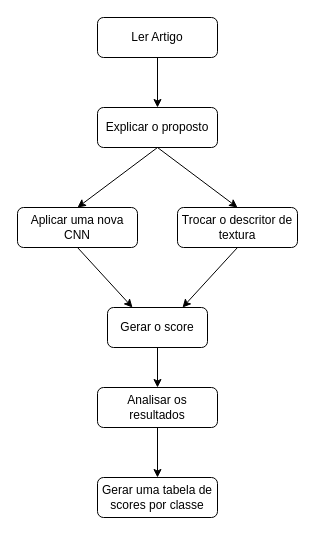
This is Metaproposta.drawio from joaoguicardosoo/joaoguicardosoo, a draw.io file, before an edit. Source tidied: cells renumbered, new cells numbered last; positions are measured from the earlier drawing's top-left corner, leaving out a move shared by most shapes. Both pictures are drawn from the tidied source at 100%, with x=0, y=0 at pixel (17, 17).
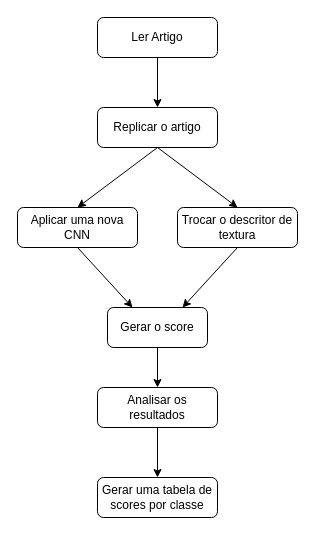
Above is the later version.

Diff of the diagram source:
```diff
@@
 <mxGraphModel>
   <root>
     <mxCell id="0" />
     <mxCell id="1" parent="0" />
     <mxCell id="2" value="Ler Artigo" style="rounded=1;whiteSpace=wrap;html=1;fontSize=12;glass=0;strokeWidth=1;shadow=0;" parent="1" vertex="1">
       <mxGeometry x="80" width="120" height="40" as="geometry" />
     </mxCell>
     <mxCell id="3" value="Aplicar uma nova CNN" style="rounded=1;whiteSpace=wrap;html=1;fontSize=12;glass=0;strokeWidth=1;shadow=0;" parent="1" vertex="1">
       <mxGeometry y="190" width="120" height="40" as="geometry" />
     </mxCell>
     <mxCell id="4" value="Trocar o descritor de textura" style="rounded=1;whiteSpace=wrap;html=1;fontSize=12;glass=0;strokeWidth=1;shadow=0;" parent="1" vertex="1">
       <mxGeometry x="160" y="190" width="120" height="40" as="geometry" />
     </mxCell>
     <mxCell id="5" value="Gerar o score" style="rounded=1;whiteSpace=wrap;html=1;fontSize=12;glass=0;strokeWidth=1;shadow=0;" parent="1" vertex="1">
       <mxGeometry x="90" y="290" width="100" height="40" as="geometry" />
     </mxCell>
     <mxCell id="6" style="endArrow=classic;html=1;rounded=0;fontSize=12;exitX=0.5;exitY=1;exitDx=0;exitDy=0;entryX=0.25;entryY=0;entryDx=0;entryDy=0;" parent="1" edge="1" source="3" target="5">
       <mxGeometry relative="1" as="geometry" />
     </mxCell>
     <mxCell id="7" style="endArrow=classic;html=1;rounded=0;fontSize=12;exitX=0.5;exitY=1;exitDx=0;exitDy=0;entryX=0.75;entryY=0;entryDx=0;entryDy=0;" parent="1" edge="1" source="4" target="5">
       <mxGeometry relative="1" as="geometry" />
     </mxCell>
     <mxCell id="8" value="Analisar os resultados" style="rounded=1;whiteSpace=wrap;html=1;fontSize=12;glass=0;strokeWidth=1;shadow=0;" parent="1" vertex="1">
       <mxGeometry x="80" y="370" width="120" height="40" as="geometry" />
     </mxCell>
     <mxCell id="9" value="Gerar uma tabela de scores por classe" style="rounded=1;whiteSpace=wrap;html=1;fontSize=12;glass=0;strokeWidth=1;shadow=0;" parent="1" vertex="1">
       <mxGeometry x="80" y="460" width="120" height="40" as="geometry" />
     </mxCell>
     <mxCell id="10" style="endArrow=classic;html=1;rounded=0;fontSize=12;exitX=0.5;exitY=1;exitDx=0;exitDy=0;entryX=0.5;entryY=0;entryDx=0;entryDy=0;" parent="1" edge="1" source="5" target="8">
       <mxGeometry relative="1" as="geometry" />
     </mxCell>
     <mxCell id="11" style="endArrow=classic;html=1;rounded=0;fontSize=12;entryX=0.5;entryY=0;entryDx=0;entryDy=0;exitX=0.5;exitY=1;exitDx=0;exitDy=0;" parent="1" edge="1" source="8" target="9">
       <mxGeometry relative="1" as="geometry" />
     </mxCell>
-    <mxCell id="12" value="Explicar o proposto" style="rounded=1;whiteSpace=wrap;html=1;fontSize=12;glass=0;strokeWidth=1;shadow=0;" parent="1" vertex="1">
+    <mxCell id="12" value="Replicar o artigo" style="rounded=1;whiteSpace=wrap;html=1;fontSize=12;glass=0;strokeWidth=1;shadow=0;" parent="1" vertex="1">
       <mxGeometry x="80" y="90" width="120" height="40" as="geometry" />
     </mxCell>
     <mxCell id="13" style="endArrow=classic;html=1;rounded=0;exitX=0.5;exitY=1;exitDx=0;exitDy=0;" parent="1" edge="1" source="2">
       <mxGeometry relative="1" as="geometry">
         <mxPoint x="140" y="90" as="targetPoint" />
       </mxGeometry>
     </mxCell>
     <mxCell id="14" style="endArrow=classic;html=1;rounded=0;entryX=0.5;entryY=0;entryDx=0;entryDy=0;exitX=0.5;exitY=1;exitDx=0;exitDy=0;" parent="1" edge="1" source="12" target="3">
       <mxGeometry relative="1" as="geometry" />
     </mxCell>
     <mxCell id="15" style="endArrow=classic;html=1;rounded=0;exitX=0.5;exitY=1;exitDx=0;exitDy=0;entryX=0.5;entryY=0;entryDx=0;entryDy=0;" parent="1" edge="1" source="12" target="4">
       <mxGeometry relative="1" as="geometry" />
     </mxCell>
   </root>
 </mxGraphModel>
```
